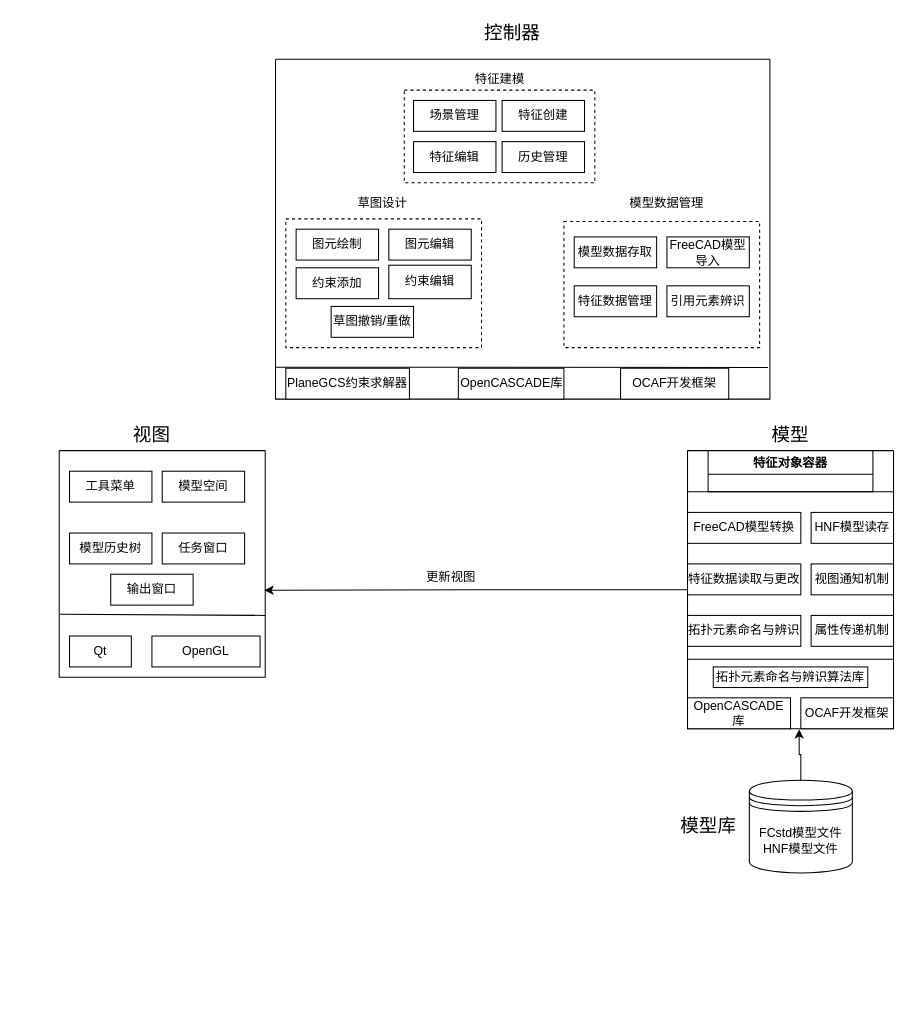
Earlier version of the draw.io diagram MVC架构不分层.drawio (liuhuliuhu123/First-test). Source tidied: cells renumbered, new cells numbered last; positions are measured from the earlier drawing's top-left corner, leaving out a move shared by most shapes. Both pictures are drawn from the tidied source at 103%, with x=0, y=0 at pixel (59, 18).
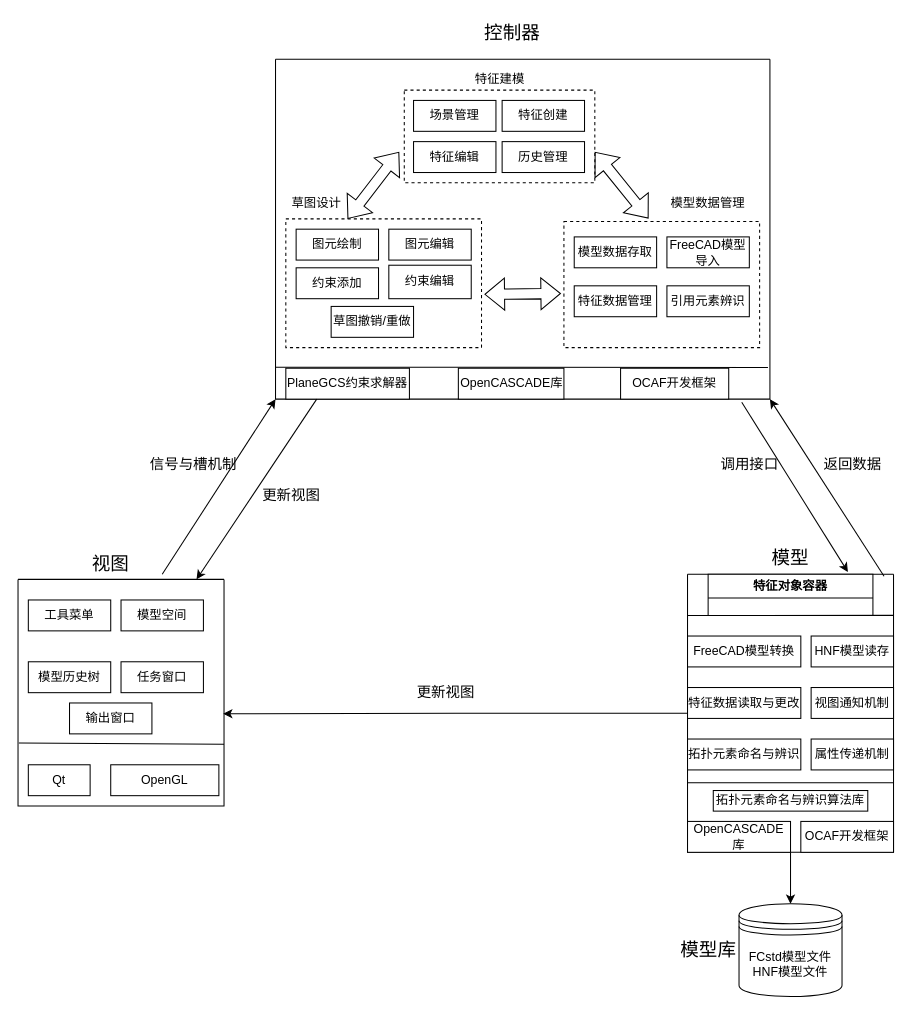
The same diagram, later.

Commit message (it also covers changes not shown here):
更新MVC架构不分层.drawio

The change refers to these unchanged cells:
```xml
<mxCell id="10" style="swimlane;startSize=0;" parent="1" vertex="1">
  <mxGeometry x="210" y="40" width="480" height="330" as="geometry" />
</mxCell>
<mxCell id="11" style="rounded=0;whiteSpace=wrap;html=1;dashed=1;" parent="10" vertex="1">
  <mxGeometry x="125" y="30" width="185" height="90" as="geometry" />
</mxCell>
<mxCell id="19" style="rounded=0;whiteSpace=wrap;html=1;dashed=1;" parent="10" vertex="1">
  <mxGeometry x="10" y="155" width="190" height="125" as="geometry" />
</mxCell>
<mxCell id="25" style="rounded=0;whiteSpace=wrap;html=1;dashed=1;" parent="10" vertex="1">
  <mxGeometry x="280" y="157.5" width="190" height="122.5" as="geometry" />
</mxCell>
<mxCell id="31" value="PlaneGCS约束求解器" style="rounded=0;whiteSpace=wrap;html=1;" parent="10" vertex="1">
  <mxGeometry x="10" y="300" width="120" height="30" as="geometry" />
</mxCell>
<mxCell id="41" value="特征对象容器" style="swimlane;whiteSpace=wrap;html=1;" parent="34" vertex="1">
  <mxGeometry x="20" width="160" height="40" as="geometry" />
</mxCell>
```

Diff of the diagram source:
```diff
@@
     <mxCell id="2" style="swimlane;startSize=0;" parent="1" vertex="1">
-      <mxGeometry y="420" width="200" height="220" as="geometry" />
+      <mxGeometry x="-40" y="545" width="200" height="220" as="geometry" />
     </mxCell>
@@
     <mxCell id="16" value="草图设计" style="text;html=1;strokeColor=none;fillColor=none;align=center;verticalAlign=middle;whiteSpace=wrap;rounded=0;" parent="10" vertex="1">
-      <mxGeometry x="74" y="125" width="60" height="30" as="geometry" />
+      <mxGeometry x="10" y="125" width="60" height="30" as="geometry" />
     </mxCell>
     <mxCell id="17" value="模型数据管理" style="text;html=1;strokeColor=none;fillColor=none;align=center;verticalAlign=middle;whiteSpace=wrap;rounded=0;" parent="10" vertex="1">
-      <mxGeometry x="340" y="125" width="80" height="30" as="geometry" />
+      <mxGeometry x="380" y="125" width="80" height="30" as="geometry" />
     </mxCell>
@@
+    <mxCell id="57" style="shape=flexArrow;endArrow=classic;startArrow=classic;html=1;rounded=0;exitX=1.015;exitY=0.586;exitDx=0;exitDy=0;exitPerimeter=0;entryX=-0.015;entryY=0.571;entryDx=0;entryDy=0;entryPerimeter=0;" parent="10" edge="1" source="19" target="25">
+      <mxGeometry relative="1" as="geometry" />
+    </mxCell>
+    <mxCell id="58" style="shape=flexArrow;endArrow=classic;startArrow=classic;html=1;rounded=0;exitX=0.432;exitY=-0.024;exitDx=0;exitDy=0;exitPerimeter=0;entryX=1;entryY=0.667;entryDx=0;entryDy=0;entryPerimeter=0;" parent="10" edge="1" source="25" target="11">
+      <mxGeometry relative="1" as="geometry" />
+    </mxCell>
+    <mxCell id="59" style="shape=flexArrow;endArrow=classic;startArrow=classic;html=1;rounded=0;exitX=1;exitY=1;exitDx=0;exitDy=0;" parent="10" edge="1" source="16">
+      <mxGeometry relative="1" as="geometry">
+        <mxPoint x="120" y="90" as="targetPoint" />
+      </mxGeometry>
+    </mxCell>
+    <mxCell id="60" style="edgeStyle=orthogonalEdgeStyle;rounded=0;jettySize=auto;html=1;exitX=0.5;exitY=1;exitDx=0;exitDy=0;entryX=0.5;entryY=0;entryDx=0;entryDy=0;" parent="1" edge="1" source="34" target="51">
+      <mxGeometry relative="1" as="geometry" />
+    </mxCell>
     <mxCell id="34" style="swimlane;startSize=0;" parent="1" vertex="1">
-      <mxGeometry x="610" y="420" width="200" height="270" as="geometry" />
+      <mxGeometry x="610" y="540" width="200" height="270" as="geometry" />
     </mxCell>
@@
     <mxCell id="45" style="endArrow=none;html=1;rounded=0;exitX=0.004;exitY=0.722;exitDx=0;exitDy=0;exitPerimeter=0;" parent="1" edge="1" source="2">
       <mxGeometry relative="1" as="geometry">
-        <mxPoint x="200" y="580" as="targetPoint" />
+        <mxPoint x="160" y="705" as="targetPoint" />
       </mxGeometry>
     </mxCell>
     <mxCell id="46" value="&lt;font style=&quot;font-size: 18px;&quot;&gt;视图&lt;/font&gt;" style="text;html=1;strokeColor=none;fillColor=none;align=center;verticalAlign=middle;whiteSpace=wrap;rounded=0;" parent="1" vertex="1">
-      <mxGeometry x="60" y="390" width="60" height="30" as="geometry" />
+      <mxGeometry x="20" y="515" width="60" height="30" as="geometry" />
     </mxCell>
     <mxCell id="47" value="&lt;font style=&quot;font-size: 18px;&quot;&gt;模型&lt;/font&gt;" style="text;html=1;strokeColor=none;fillColor=none;align=center;verticalAlign=middle;whiteSpace=wrap;rounded=0;" parent="1" vertex="1">
-      <mxGeometry x="680" y="390" width="60" height="30" as="geometry" />
+      <mxGeometry x="680" y="510" width="60" height="30" as="geometry" />
     </mxCell>
@@
     <mxCell id="50" style="endArrow=none;html=1;rounded=0;exitX=0.998;exitY=0.148;exitDx=0;exitDy=0;exitPerimeter=0;" parent="1" edge="1" source="34">
       <mxGeometry relative="1" as="geometry">
-        <mxPoint x="610" y="460" as="targetPoint" />
+        <mxPoint x="610" y="580" as="targetPoint" />
       </mxGeometry>
     </mxCell>
     <mxCell id="51" value="FCstd模型文件&lt;br&gt;HNF模型文件" style="shape=datastore;whiteSpace=wrap;html=1;" parent="1" vertex="1">
-      <mxGeometry x="670" y="740" width="100" height="90" as="geometry" />
+      <mxGeometry x="660" y="860" width="100" height="90" as="geometry" />
     </mxCell>
     <mxCell id="52" value="&lt;font style=&quot;font-size: 18px;&quot;&gt;模型库&lt;/font&gt;" style="text;html=1;align=center;verticalAlign=middle;strokeColor=none;fillColor=none;" parent="1" vertex="1">
-      <mxGeometry x="590" y="765" width="80" height="40" as="geometry" />
+      <mxGeometry x="590" y="885" width="80" height="40" as="geometry" />
     </mxCell>
-    <mxCell id="53" style="edgeStyle=orthogonalEdgeStyle;rounded=0;jettySize=auto;html=1;entryX=0.996;entryY=0.616;entryDx=0;entryDy=0;entryPerimeter=0;" parent="1" edge="1" source="34" target="2">
-      <mxGeometry relative="1" as="geometry" />
-    </mxCell>
-    <mxCell id="54" value="更新视图" style="text;html=1;align=center;verticalAlign=middle;strokeColor=none;fillColor=none;" parent="1" vertex="1">
-      <mxGeometry x="345" y="528" width="70" height="30" as="geometry" />
+    <mxCell id="54" value="&lt;font style=&quot;font-size: 14px;&quot;&gt;更新视图&lt;/font&gt;" style="text;html=1;align=center;verticalAlign=middle;strokeColor=none;fillColor=none;" parent="1" vertex="1">
+      <mxGeometry x="335" y="640" width="80" height="30" as="geometry" />
     </mxCell>
@@
-    <mxCell id="56" style="edgeStyle=orthogonalEdgeStyle;rounded=0;jettySize=auto;html=1;entryX=0.542;entryY=1.002;entryDx=0;entryDy=0;entryPerimeter=0;" parent="1" edge="1" source="51" target="34">
-      <mxGeometry relative="1" as="geometry" />
-    </mxCell>
+    <mxCell id="53" style="edgeStyle=orthogonalEdgeStyle;rounded=0;jettySize=auto;html=1;entryX=0.996;entryY=0.593;entryDx=0;entryDy=0;entryPerimeter=0;" parent="1" edge="1" source="34" target="2">
+      <mxGeometry relative="1" as="geometry" />
+    </mxCell>
+    <mxCell id="61" style="endArrow=classic;html=1;rounded=0;entryX=1;entryY=1;entryDx=0;entryDy=0;exitX=0.954;exitY=0.007;exitDx=0;exitDy=0;exitPerimeter=0;" parent="1" edge="1" source="34" target="10">
+      <mxGeometry relative="1" as="geometry" />
+    </mxCell>
+    <mxCell id="62" style="endArrow=classic;html=1;rounded=0;exitX=0.943;exitY=1.009;exitDx=0;exitDy=0;exitPerimeter=0;entryX=0.848;entryY=-0.055;entryDx=0;entryDy=0;entryPerimeter=0;" parent="1" edge="1" source="10" target="41">
+      <mxGeometry relative="1" as="geometry" />
+    </mxCell>
+    <mxCell id="63" style="endArrow=classic;html=1;rounded=0;entryX=0;entryY=1;entryDx=0;entryDy=0;" parent="1" edge="1" target="10">
+      <mxGeometry relative="1" as="geometry">
+        <mxPoint x="100" y="540" as="sourcePoint" />
+      </mxGeometry>
+    </mxCell>
+    <mxCell id="64" style="endArrow=classic;html=1;rounded=0;exitX=0.25;exitY=1;exitDx=0;exitDy=0;" parent="1" edge="1" source="31" target="2">
+      <mxGeometry relative="1" as="geometry" />
+    </mxCell>
+    <mxCell id="65" value="&lt;font style=&quot;font-size: 14px;&quot;&gt;信号与槽机制&lt;/font&gt;" style="text;html=1;align=center;verticalAlign=middle;strokeColor=none;fillColor=none;" parent="1" vertex="1">
+      <mxGeometry x="75" y="418" width="110" height="30" as="geometry" />
+    </mxCell>
+    <mxCell id="66" value="&lt;font style=&quot;font-size: 14px;&quot;&gt;更新视图&lt;/font&gt;" style="text;html=1;align=center;verticalAlign=middle;strokeColor=none;fillColor=none;" parent="1" vertex="1">
+      <mxGeometry x="185" y="448" width="80" height="30" as="geometry" />
+    </mxCell>
+    <mxCell id="67" value="&lt;font style=&quot;font-size: 14px;&quot;&gt;调用接口&lt;/font&gt;" style="text;html=1;align=center;verticalAlign=middle;strokeColor=none;fillColor=none;" parent="1" vertex="1">
+      <mxGeometry x="630" y="418" width="80" height="30" as="geometry" />
+    </mxCell>
+    <mxCell id="68" value="&lt;font style=&quot;font-size: 14px;&quot;&gt;返回数据&lt;/font&gt;" style="text;html=1;align=center;verticalAlign=middle;strokeColor=none;fillColor=none;" parent="1" vertex="1">
+      <mxGeometry x="730" y="418" width="80" height="30" as="geometry" />
+    </mxCell>
```
